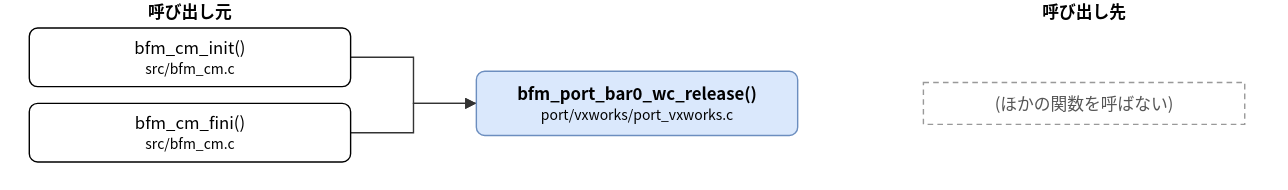
Before: doc/spec/images/call_port_vxworks_port_vxworks-bfm_port_bar0_wc_release.drawio.svg, a diagram exported from draw.io (hf355051012-ai/bfmem). Source tidied: cells renumbered, new cells last; positions are measured from the earlier drawing's top-left corner, leaving out a move shared by most shapes.
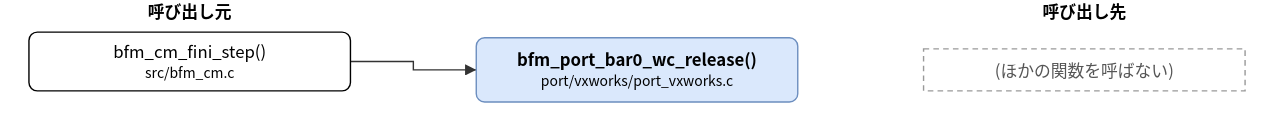
Later version of the same file.

The edit, as a diff of the source:
```diff
@@ -3,33 +3,22 @@
     <mxCell id="0" />
     <mxCell id="1" parent="0" />
     <mxCell id="2" value="bfm_port_bar0_wc_release()&lt;br&gt;&lt;font style=&quot;font-size:10px&quot;&gt;port/vxworks/port_vxworks.c&lt;/font&gt;" style="rounded=1;whiteSpace=wrap;html=1;fillColor=#dae8fc;strokeColor=#6c8ebf;fontStyle=1;" parent="1" vertex="1">
-      <mxGeometry x="320" y="51" width="230" height="46" as="geometry" />
+      <mxGeometry x="320" y="27" width="230" height="46" as="geometry" />
     </mxCell>
-    <mxCell id="3" value="bfm_cm_init()&lt;br&gt;&lt;font style=&quot;font-size:10px&quot;&gt;src/bfm_cm.c&lt;/font&gt;" style="rounded=1;whiteSpace=wrap;html=1;" parent="1" vertex="1">
-      <mxGeometry y="20" width="230" height="42" as="geometry" />
+    <mxCell id="3" value="bfm_cm_fini_step()&lt;br&gt;&lt;font style=&quot;font-size:10px&quot;&gt;src/bfm_cm.c&lt;/font&gt;" style="rounded=1;whiteSpace=wrap;html=1;" parent="1" vertex="1">
+      <mxGeometry y="23" width="230" height="42" as="geometry" />
     </mxCell>
-    <mxCell id="4" value="bfm_cm_fini()&lt;br&gt;&lt;font style=&quot;font-size:10px&quot;&gt;src/bfm_cm.c&lt;/font&gt;" style="rounded=1;whiteSpace=wrap;html=1;" parent="1" vertex="1">
-      <mxGeometry y="74" width="230" height="42" as="geometry" />
-    </mxCell>
     <mxCell id="5" value="(ほかの関数を呼ばない)" style="rounded=0;whiteSpace=wrap;html=1;dashed=1;strokeColor=#999999;fontColor=#555555;dashed=1;" parent="1" vertex="1">
-      <mxGeometry x="640" y="59" width="230" height="30" as="geometry" />
+      <mxGeometry x="640" y="35" width="230" height="30" as="geometry" />
     </mxCell>
     <mxCell id="6" style="edgeStyle=none;html=1;rounded=0;endArrow=block;endFill=1;exitX=1.0000;exitY=0.5000;exitDx=0;exitDy=0;exitPerimeter=0;entryX=0.0000;entryY=0.5000;entryDx=0;entryDy=0;entryPerimeter=0;" parent="1" edge="1" source="3" target="2">
       <mxGeometry relative="1" as="geometry">
         <Array as="points">
-          <mxPoint x="275" y="41" />
-          <mxPoint x="275" y="74" />
+          <mxPoint x="275" y="44" />
+          <mxPoint x="275" y="50" />
         </Array>
       </mxGeometry>
     </mxCell>
-    <mxCell id="7" style="edgeStyle=none;html=1;rounded=0;endArrow=block;endFill=1;exitX=1.0000;exitY=0.5000;exitDx=0;exitDy=0;exitPerimeter=0;entryX=0.0000;entryY=0.5000;entryDx=0;entryDy=0;entryPerimeter=0;" parent="1" edge="1" source="4" target="2">
-      <mxGeometry relative="1" as="geometry">
-        <Array as="points">
-          <mxPoint x="275" y="95" />
-          <mxPoint x="275" y="74" />
-        </Array>
-      </mxGeometry>
-    </mxCell>
     <mxCell id="8" value="呼び出し元" style="text;html=1;align=center;fontStyle=1;" parent="1" vertex="1">
       <mxGeometry x="35" width="160" height="18" as="geometry" />
     </mxCell>
```
